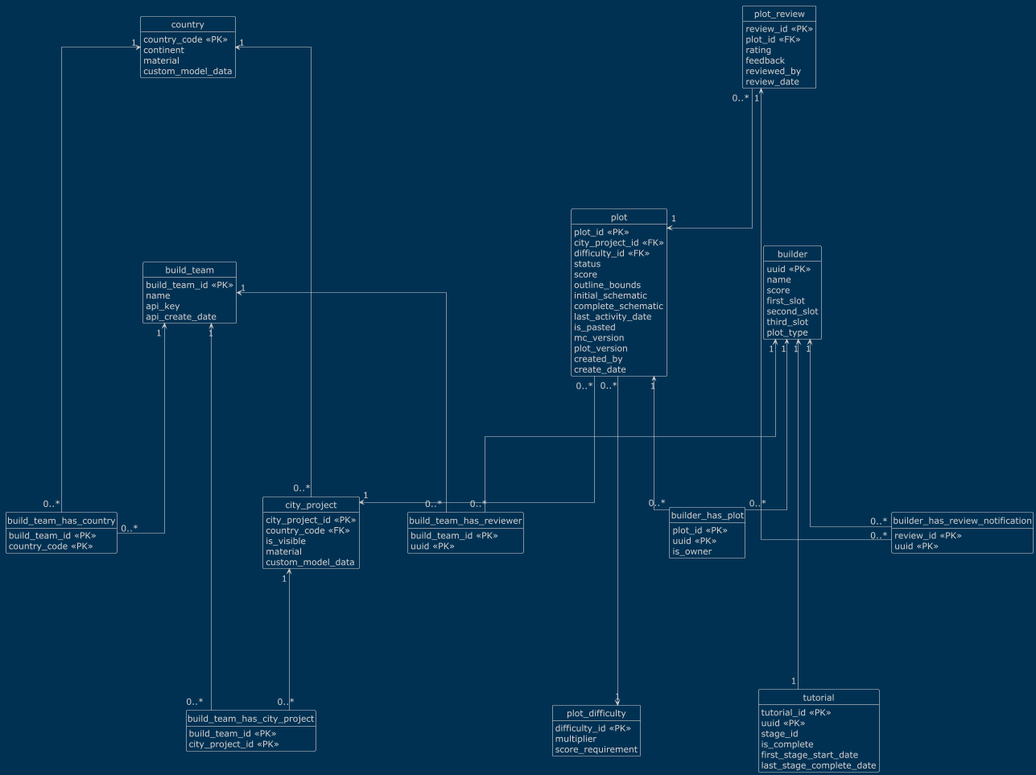
AlpsBTE/Plot-System-DB keeps this PlantUML diagram as logical-db.png. Above is the earlier version. The source it was exported from:
```plantuml
@startuml
skinparam nodesep 100
skinparam ranksep 250
skinparam defaultFontSize 18

skinparam linetype ortho

hide circle
hide empty members
!theme blueprint

entity build_team {
    build_team_id <<PK>>
    name
    api_key
    api_create_date
}

entity country {
    country_code <<PK>>
    continent
    material
    custom_model_data
}

entity city_project {
    city_project_id <<PK>>
    country_code <<FK>>
    is_visible
    material
    custom_model_data
}

entity builder {
    uuid <<PK>>
    name
    score
    first_slot
    second_slot
    third_slot
    plot_type
}

entity plot_difficulty {
    difficulty_id <<PK>>
    multiplier
    score_requirement
}

entity plot {
    plot_id <<PK>>
    city_project_id <<FK>>
    difficulty_id <<FK>>
    status
    score
    outline_bounds
    initial_schematic
    complete_schematic
    last_activity_date
    is_pasted
    mc_version
    plot_version
    created_by
    create_date
}

entity tutorial {
    tutorial_id <<PK>>
    uuid <<PK>>
    stage_id
    is_complete
    first_stage_start_date
    last_stage_complete_date
}

entity plot_review {
    review_id <<PK>>
    plot_id <<FK>>
    rating
    feedback
    reviewed_by
    review_date
}

entity build_team_has_country {
    build_team_id <<PK>>
    country_code <<PK>>
}

entity build_team_has_city_project {
    build_team_id <<PK>>
    city_project_id <<PK>>
}

entity build_team_has_reviewer {
    build_team_id <<PK>>
    uuid <<PK>>
}

entity builder_has_review_notification {
    review_id <<PK>>
    uuid <<PK>>
}

entity builder_has_plot {
    plot_id <<PK>>
    uuid <<PK>>
    is_owner
}

build_team "1" <-- "0..*" build_team_has_city_project
build_team "1" <-- "0..*" build_team_has_country
build_team "1" <-- "0..*" build_team_has_reviewer

country "1" <--- "0..*" city_project
country "1" <--- "0..*" build_team_has_country

city_project "1" <-- "0..*" build_team_has_city_project

plot_review "1" <-- "0..*" builder_has_review_notification
plot_review "0..*" --> "1" plot

builder "1" <-- "0..*" build_team_has_reviewer
builder "1" <--- "1" tutorial
builder "1" <-- "0..*" builder_has_review_notification
builder "1" <-- "0..*" builder_has_plot

plot "0..*" --> "1" city_project
plot "0..*" ---> "1" plot_difficulty
plot "1" <-- "0..*" builder_has_plot
@enduml
```
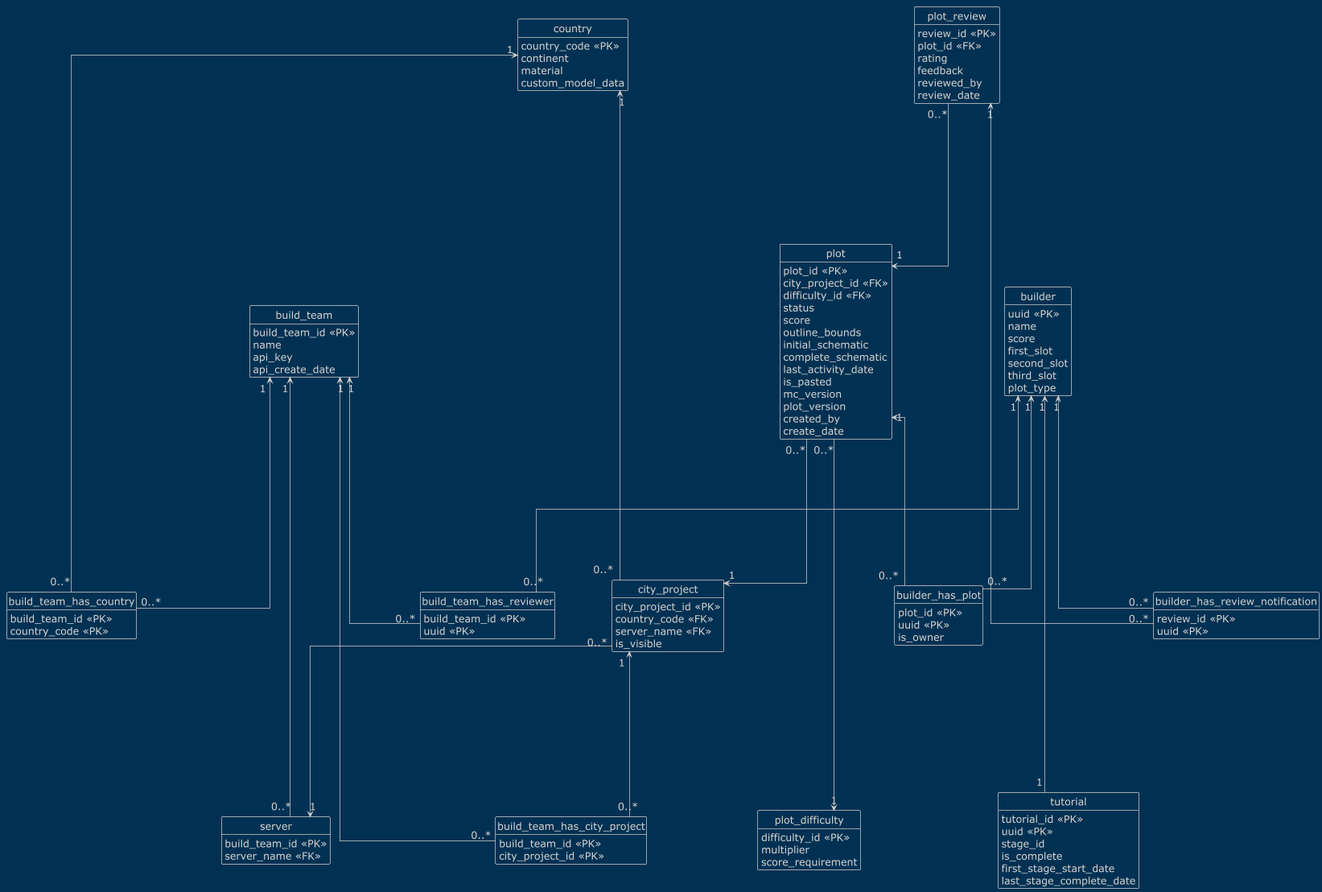
After the commit.

Diff of the diagram source:
```diff
@@ -16,6 +16,11 @@
     api_create_date
 }
 
+entity server {
+    build_team_id <<PK>>
+    server_name <<FK>>
+}
+
 entity country {
     country_code <<PK>>
     continent
@@ -26,9 +31,8 @@
 entity city_project {
     city_project_id <<PK>>
     country_code <<FK>>
+    server_name <<FK>>
     is_visible
-    material
-    custom_model_data
 }
 
 entity builder {
@@ -111,11 +115,13 @@
 build_team "1" <-- "0..*" build_team_has_city_project
 build_team "1" <-- "0..*" build_team_has_country
 build_team "1" <-- "0..*" build_team_has_reviewer
+build_team "1" <-- "0..*" server
 
 country "1" <--- "0..*" city_project
 country "1" <--- "0..*" build_team_has_country
 
 city_project "1" <-- "0..*" build_team_has_city_project
+city_project "0..*" --> "1" server
 
 plot_review "1" <-- "0..*" builder_has_review_notification
 plot_review "0..*" --> "1" plot
```
